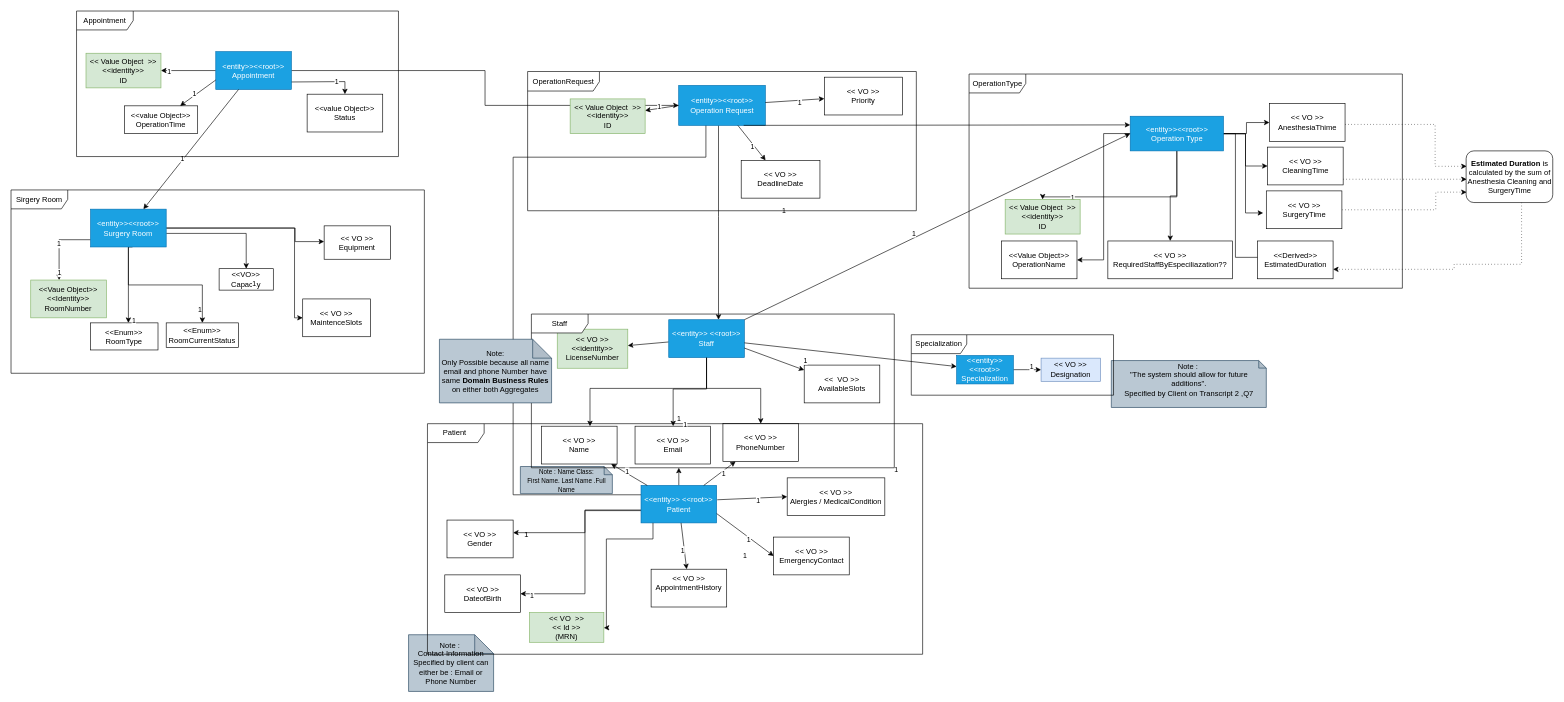
Earlier version of the draw.io diagram Documentation/Domain-model/first-domain-model-4.drawio (ruivieira03/sem5pi-24-25-g034). Source tidied: cells renumbered, new cells numbered last; positions are measured from the earlier drawing's top-left corner, leaving out a move shared by most shapes. Both pictures are drawn from the tidied source at 63%, with x=0, y=0 at pixel (11, 11).
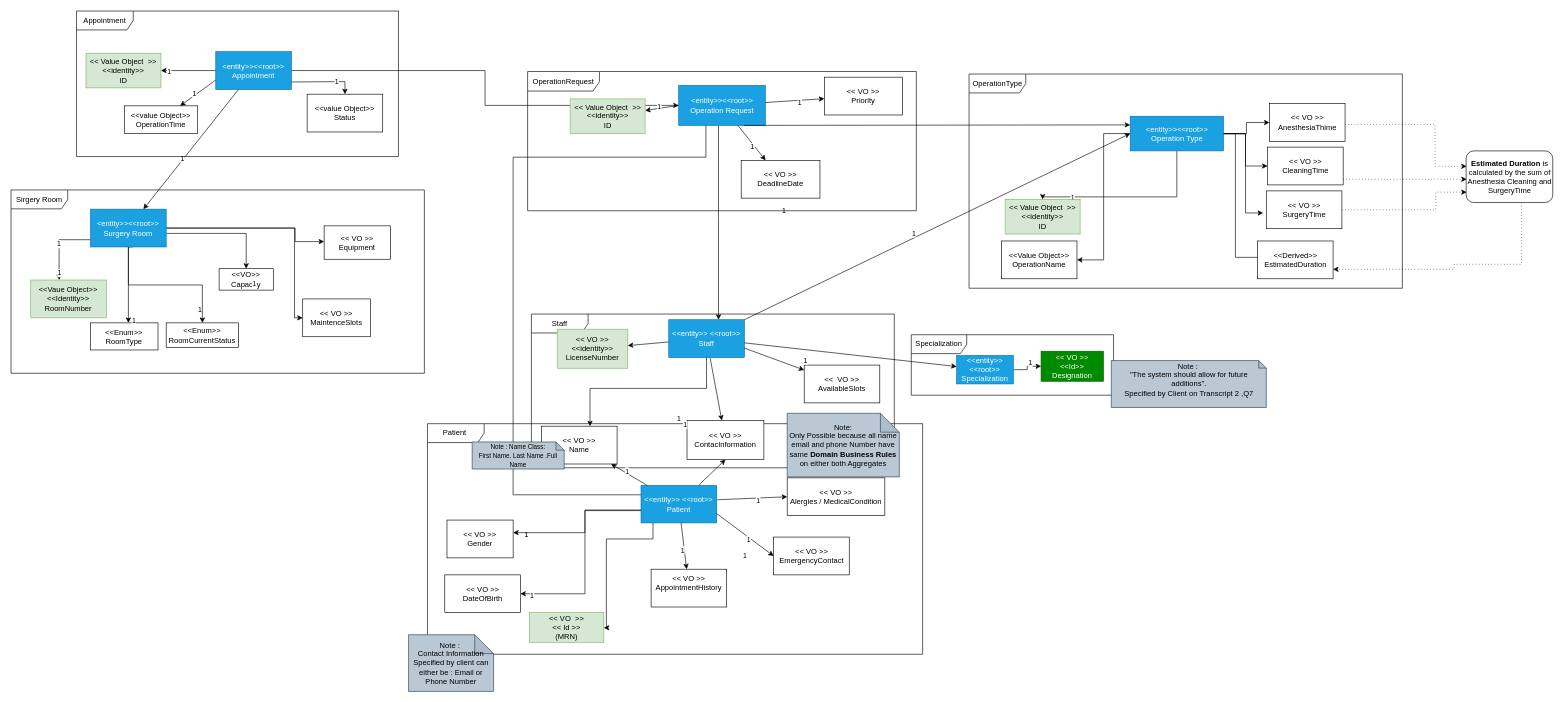
Above is the later version.

Commit message (it also covers changes not shown here):
#21 Domain Model Update

Replaced Email and phoneNumber With Contact Information.

Unchanged cells that the change refers to:
```xml
<mxCell id="7" value="&amp;lt;&amp;lt;entity&amp;gt;&amp;gt; &amp;lt;&amp;lt;root&amp;gt;&amp;gt;&lt;div&gt;Patient&lt;/div&gt;" style="rounded=0;whiteSpace=wrap;html=1;fillColor=#1ba1e2;fontColor=#ffffff;strokeColor=#006EAF;" parent="1" vertex="1">
  <mxGeometry x="1000" y="753" width="120" height="59.5" as="geometry" />
</mxCell>
<mxCell id="19" value="&amp;lt;&amp;lt;entity&amp;gt;&amp;gt; &amp;lt;&amp;lt;root&amp;gt;&amp;gt;&lt;div&gt;Staff&lt;/div&gt;" style="rounded=0;whiteSpace=wrap;html=1;fillColor=#1ba1e2;fontColor=#ffffff;strokeColor=#006EAF;" parent="1" vertex="1">
  <mxGeometry x="1044" y="490" width="120" height="60" as="geometry" />
</mxCell>
<mxCell id="56" value="&amp;lt;entity&amp;gt;&amp;gt;&amp;lt;&amp;lt;root&amp;gt;&amp;gt;&lt;div&gt;Operation Type&lt;/div&gt;" style="rounded=0;whiteSpace=wrap;html=1;fillColor=#1ba1e2;fontColor=#ffffff;strokeColor=#006EAF;" parent="1" vertex="1">
  <mxGeometry x="1776.5" y="167" width="148" height="55" as="geometry" />
</mxCell>
```

What changed in the source:
```diff
@@
+    <mxCell id="103" value="Staff" style="shape=umlFrame;whiteSpace=wrap;html=1;width=90;height=30;" parent="1" vertex="1">
+      <mxGeometry x="826" y="481" width="576" height="244" as="geometry" />
+    </mxCell>
+    <mxCell id="108" value="Patient&amp;nbsp;" style="shape=umlFrame;whiteSpace=wrap;html=1;width=90;height=30;" parent="1" vertex="1">
+      <mxGeometry x="661" y="655" width="786" height="366" as="geometry" />
+    </mxCell>
+    <mxCell id="105" value="Specialization" style="shape=umlFrame;whiteSpace=wrap;html=1;width=88;height=30;" parent="1" vertex="1">
+      <mxGeometry x="1429" y="513.8" width="321" height="96" as="geometry" />
+    </mxCell>
+    <mxCell id="102" value="OperationType" style="shape=umlFrame;whiteSpace=wrap;html=1;width=90;height=30;" parent="1" vertex="1">
+      <mxGeometry x="1520.7" y="100" width="687.8" height="340" as="geometry" />
+    </mxCell>
@@
-    <mxCell id="6" style="edgeStyle=orthogonalEdgeStyle;rounded=0;jettySize=auto;html=1;" parent="1" edge="1" source="7" target="103">
-      <mxGeometry relative="1" as="geometry">
-        <Array as="points">
-          <mxPoint x="1054" y="708" />
-          <mxPoint x="1054" y="708" />
-        </Array>
-      </mxGeometry>
-    </mxCell>
+    <mxCell id="124" style="edgeStyle=none;html=1;entryX=0.5;entryY=1;entryDx=0;entryDy=0;" parent="1" edge="1" source="7" target="9">
+      <mxGeometry relative="1" as="geometry" />
+    </mxCell>
@@
-    <mxCell id="9" value="&amp;lt;&amp;lt; VO &amp;gt;&amp;gt;&lt;div&gt;Email&lt;/div&gt;" style="rounded=0;whiteSpace=wrap;html=1;" parent="1" vertex="1">
-      <mxGeometry x="990.5" y="659" width="120" height="60" as="geometry" />
+    <mxCell id="9" value="&amp;lt;&amp;lt; VO &amp;gt;&amp;gt;&lt;br&gt;ContacInformation" style="rounded=0;whiteSpace=wrap;html=1;" parent="1" vertex="1">
+      <mxGeometry x="1073" y="650" width="122" height="62" as="geometry" />
     </mxCell>
@@
-    <mxCell id="17" style="edgeStyle=orthogonalEdgeStyle;rounded=0;jettySize=auto;html=1;" parent="1" edge="1" source="19" target="60">
-      <mxGeometry relative="1" as="geometry">
-        <Array as="points">
-          <mxPoint x="1104" y="599" />
-          <mxPoint x="1190" y="599" />
-        </Array>
-      </mxGeometry>
-    </mxCell>
-    <mxCell id="18" style="edgeStyle=orthogonalEdgeStyle;rounded=0;jettySize=auto;html=1;" parent="1" edge="1" source="19" target="9">
-      <mxGeometry relative="1" as="geometry">
-        <Array as="points">
-          <mxPoint x="1104" y="600" />
-          <mxPoint x="1051" y="600" />
-        </Array>
-      </mxGeometry>
+    <mxCell id="18" style="edgeStyle=none;html=1;" parent="1" edge="1" source="19" target="9">
+      <mxGeometry relative="1" as="geometry" />
     </mxCell>
@@
-    <mxCell id="54" style="edgeStyle=orthogonalEdgeStyle;rounded=0;jettySize=auto;html=1;" parent="1" edge="1" source="56" target="123">
-      <mxGeometry relative="1" as="geometry" />
-    </mxCell>
@@
-    <mxCell id="60" value="&amp;lt;&amp;lt; VO &amp;gt;&amp;gt;&lt;div&gt;PhoneNumber&lt;/div&gt;" style="rounded=0;whiteSpace=wrap;html=1;" parent="1" vertex="1">
-      <mxGeometry x="1130" y="655" width="120" height="60" as="geometry" />
-    </mxCell>
@@
     <mxCell id="66" value="&lt;div style=&quot;caret-color: rgb(0, 0, 0); color: rgb(0, 0, 0); font-family: Helvetica; font-style: normal; font-variant-caps: normal; font-weight: 400; letter-spacing: normal; text-align: center; text-indent: 0px; text-transform: none; white-space: normal; word-spacing: 0px; -webkit-text-stroke-width: 0px; text-decoration: none;&quot;&gt;&lt;font style=&quot;font-size: 10px;&quot;&gt;Note : Name Class:&lt;/font&gt;&lt;/div&gt;&lt;div style=&quot;caret-color: rgb(0, 0, 0); color: rgb(0, 0, 0); font-family: Helvetica; font-style: normal; font-variant-caps: normal; font-weight: 400; letter-spacing: normal; text-align: center; text-indent: 0px; text-transform: none; white-space: normal; word-spacing: 0px; -webkit-text-stroke-width: 0px; text-decoration: none;&quot;&gt;&lt;font style=&quot;font-size: 10px;&quot;&gt;First Name. Last Name .Full Name&lt;/font&gt;&lt;/div&gt;" style="shape=note;whiteSpace=wrap;html=1;backgroundOutline=1;darkOpacity=0.05;size=13;fillColor=#bac8d3;strokeColor=#23445d;" parent="1" vertex="1">
-      <mxGeometry x="808.5" y="723" width="146" height="43" as="geometry" />
+      <mxGeometry x="732" y="684" width="146" height="43" as="geometry" />
     </mxCell>
@@
-    <mxCell id="79" value="&amp;lt;&amp;lt; VO &amp;gt;&amp;gt;&lt;div&gt;Designation&lt;/div&gt;" style="rounded=0;whiteSpace=wrap;html=1;fillColor=#dae8fc;strokeColor=#6c8ebf;" parent="1" vertex="1">
-      <mxGeometry x="1635" y="551" width="94.4" height="36.8" as="geometry" />
+    <mxCell id="79" value="&amp;lt;&amp;lt; VO &amp;gt;&amp;gt;&lt;br&gt;&amp;lt;&amp;lt;Id&amp;gt;&amp;gt;&lt;br&gt;&lt;div&gt;Designation&lt;/div&gt;" style="rounded=0;whiteSpace=wrap;html=1;fillColor=#008a00;strokeColor=#005700;fontColor=#ffffff;" parent="1" vertex="1">
+      <mxGeometry x="1635" y="540" width="99" height="47.7" as="geometry" />
     </mxCell>
@@
-    <mxCell id="102" value="OperationType" style="shape=umlFrame;whiteSpace=wrap;html=1;width=90;height=30;" parent="1" vertex="1">
-      <mxGeometry x="1520.7" y="100" width="687.8" height="340" as="geometry" />
-    </mxCell>
-    <mxCell id="103" value="Staff" style="shape=umlFrame;whiteSpace=wrap;html=1;width=90;height=30;" parent="1" vertex="1">
-      <mxGeometry x="826" y="481" width="576" height="244" as="geometry" />
-    </mxCell>
@@
-    <mxCell id="105" value="Specialization" style="shape=umlFrame;whiteSpace=wrap;html=1;width=88;height=30;" parent="1" vertex="1">
-      <mxGeometry x="1429" y="513.8" width="321" height="96" as="geometry" />
-    </mxCell>
@@
-    <mxCell id="108" value="Patient&amp;nbsp;" style="shape=umlFrame;whiteSpace=wrap;html=1;width=90;height=30;" parent="1" vertex="1">
-      <mxGeometry x="661" y="655" width="786" height="366" as="geometry" />
-    </mxCell>
@@
     <mxCell id="113" value="Note:&lt;div&gt;Only Possible because all name email and phone Number have same&lt;b&gt; Domain Business Rules&lt;/b&gt; on either both Aggregates&lt;/div&gt;" style="shape=note;whiteSpace=wrap;html=1;backgroundOutline=1;darkOpacity=0.05;fillColor=#bac8d3;strokeColor=#23445d;" parent="1" vertex="1">
-      <mxGeometry x="680" y="521" width="178" height="101" as="geometry" />
+      <mxGeometry x="1232" y="638.5" width="178" height="101" as="geometry" />
     </mxCell>
@@
-    <mxCell id="117" style="endArrow=classic;html=1;rounded=0;" parent="1" edge="1" source="7" target="60">
-      <mxGeometry relative="1" as="geometry" />
-    </mxCell>
-    <mxCell id="118" value="1" style="edgeLabel;html=1;align=center;verticalAlign=middle;" parent="117" vertex="1">
-      <mxGeometry x="0.16" y="-3" relative="1" as="geometry" />
-    </mxCell>
@@
-    <mxCell id="120" value="&amp;lt;&amp;lt; VO &amp;gt;&amp;gt;&lt;div&gt;DateofBirth&lt;/div&gt;" style="rounded=0;whiteSpace=wrap;html=1;" parent="1" vertex="1">
+    <mxCell id="120" value="&amp;lt;&amp;lt; VO &amp;gt;&amp;gt;&lt;div&gt;DateOfBirth&lt;/div&gt;" style="rounded=0;whiteSpace=wrap;html=1;" parent="1" vertex="1">
       <mxGeometry x="688.5" y="895" width="120" height="60" as="geometry" />
     </mxCell>
@@
-    <mxCell id="123" value="&lt;div&gt;&amp;lt;&amp;lt; VO &amp;gt;&amp;gt;&lt;/div&gt;&lt;div&gt;RequiredStaffByEspeciliazation??&lt;/div&gt;" style="rounded=0;whiteSpace=wrap;html=1;" parent="1" vertex="1">
-      <mxGeometry x="1741" y="365" width="198" height="60" as="geometry" />
-    </mxCell>
```
